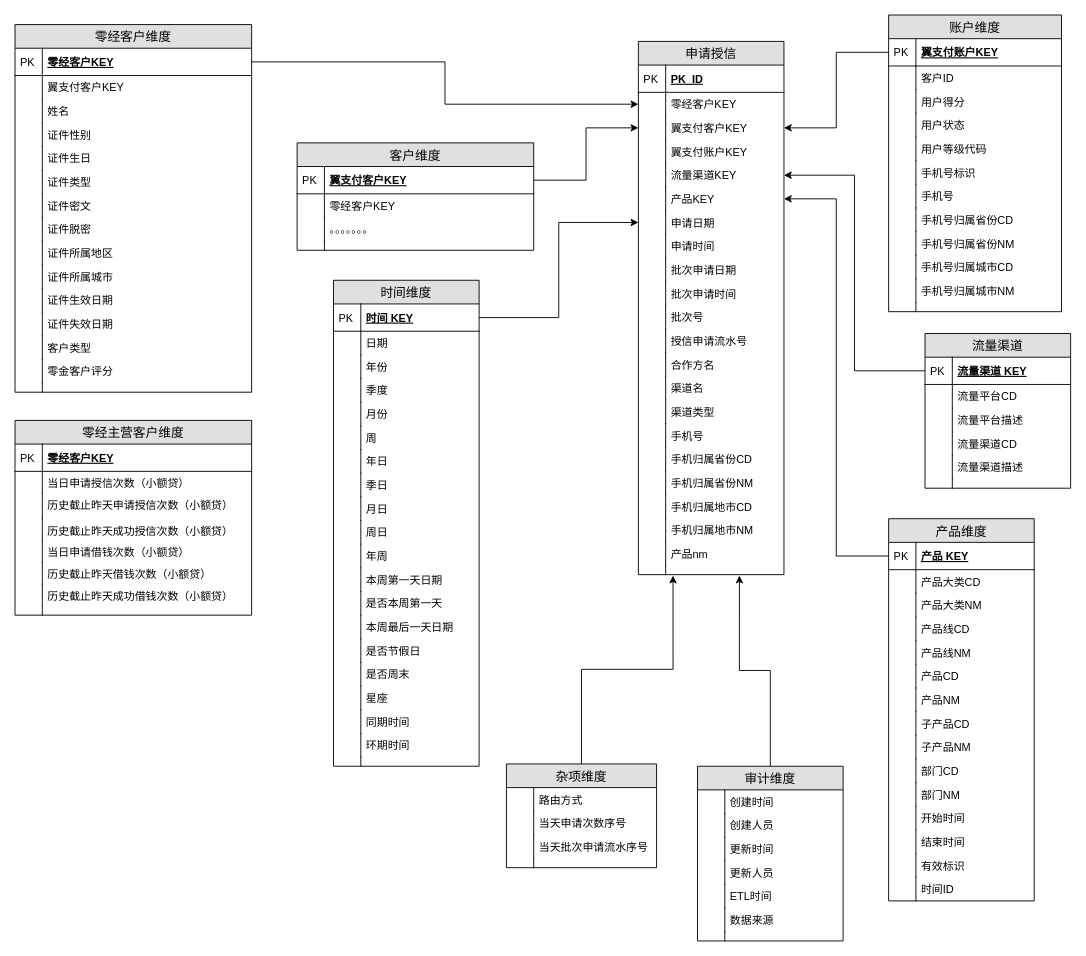
Before: page "申请授信" (1 of 3) of 授信域.drawio in CarryNi/Orange, a draw.io diagram. Source tidied: cells renumbered, new cells numbered last; positions are measured from the earlier drawing's top-left corner, leaving out a move shared by most shapes. Both pictures are drawn from the tidied source at 91%, with x=0, y=0 at pixel (15, 15).
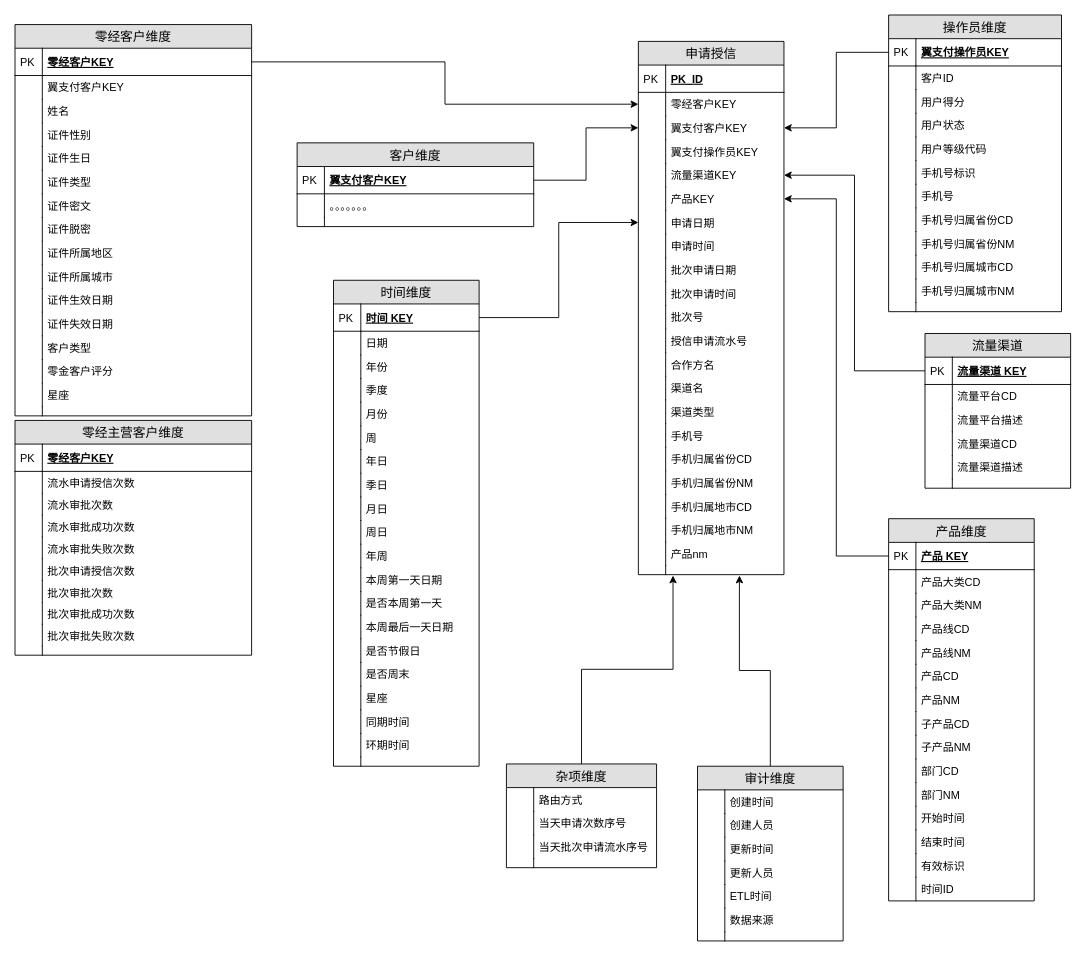
The same diagram, later.

Unchanged cells that the change refers to:
```xml
<mxCell id="2" value="申请授信" style="swimlane;fontStyle=0;horizontal=1;startSize=26;fillColor=#e0e0e0;swimlaneFillColor=#ffffff;align=center;fontSize=14;" parent="1" vertex="1">
  <mxGeometry x="685" y="29" width="160" height="586" as="geometry" />
</mxCell>
```

Change to the diagram source:
```diff
@@
-    <mxCell id="9" value="翼支付账户KEY" style="shape=partialRectangle;top=0;left=0;right=0;bottom=0;align=left;verticalAlign=top;fillColor=none;spacingLeft=34;spacingRight=4;overflow=hidden;fontSize=12;" parent="2" vertex="1">
+    <mxCell id="9" value="翼支付操作员KEY" style="shape=partialRectangle;top=0;left=0;right=0;bottom=0;align=left;verticalAlign=top;fillColor=none;spacingLeft=34;spacingRight=4;overflow=hidden;fontSize=12;" parent="2" vertex="1">
       <mxGeometry y="108" width="160" height="26" as="geometry" />
     </mxCell>
@@
     <mxCell id="47" value="零经客户维度" style="swimlane;fontStyle=0;horizontal=1;startSize=26;fillColor=#e0e0e0;swimlaneFillColor=#ffffff;align=center;fontSize=14;" parent="1" vertex="1">
-      <mxGeometry y="10.5" width="260" height="404" as="geometry" />
+      <mxGeometry y="10.5" width="260" height="430" as="geometry" />
     </mxCell>
@@
+    <mxCell id="246" value="星座" style="shape=partialRectangle;top=0;left=0;right=0;bottom=0;align=left;verticalAlign=top;fillColor=none;spacingLeft=34;spacingRight=4;overflow=hidden;fontSize=12;" parent="47" vertex="1">
+      <mxGeometry y="394" width="260" height="26" as="geometry" />
+    </mxCell>
+    <mxCell id="138" style="shape=partialRectangle;top=0;left=0;bottom=0;fillColor=none;align=left;verticalAlign=top;spacingLeft=4;spacingRight=4;overflow=hidden;fontSize=12;" parent="246" vertex="1">
+      <mxGeometry width="30" height="26" as="geometry" />
+    </mxCell>
     <mxCell id="76" style="shape=partialRectangle;top=0;left=0;right=0;bottom=0;align=left;verticalAlign=top;fillColor=none;spacingLeft=34;spacingRight=4;overflow=hidden;fontSize=12;" parent="47" vertex="1">
-      <mxGeometry y="394" width="260" height="10" as="geometry" />
+      <mxGeometry y="420" width="260" height="10" as="geometry" />
     </mxCell>
@@
     <mxCell id="134" value="客户维度" style="swimlane;fontStyle=0;horizontal=1;startSize=26;fillColor=#e0e0e0;swimlaneFillColor=#ffffff;align=center;fontSize=14;" parent="1" vertex="1">
-      <mxGeometry x="310" y="140.5" width="260" height="118" as="geometry" />
+      <mxGeometry x="310" y="140.5" width="260" height="92" as="geometry" />
     </mxCell>
@@
-    <mxCell id="137" value="零经客户KEY" style="shape=partialRectangle;top=0;left=0;right=0;bottom=0;align=left;verticalAlign=top;fillColor=none;spacingLeft=34;spacingRight=4;overflow=hidden;fontSize=12;" parent="134" vertex="1">
-      <mxGeometry y="56" width="260" height="26" as="geometry" />
-    </mxCell>
-    <mxCell id="138" style="shape=partialRectangle;top=0;left=0;bottom=0;fillColor=none;align=left;verticalAlign=top;spacingLeft=4;spacingRight=4;overflow=hidden;fontSize=12;" parent="137" vertex="1">
-      <mxGeometry width="30" height="26" as="geometry" />
-    </mxCell>
     <mxCell id="139" value="。。。。。。。" style="shape=partialRectangle;top=0;left=0;right=0;bottom=0;align=left;verticalAlign=top;fillColor=none;spacingLeft=34;spacingRight=4;overflow=hidden;fontSize=12;" parent="134" vertex="1">
-      <mxGeometry y="82" width="260" height="26" as="geometry" />
+      <mxGeometry y="56" width="260" height="26" as="geometry" />
     </mxCell>
@@
     <mxCell id="141" style="shape=partialRectangle;top=0;left=0;right=0;bottom=0;align=left;verticalAlign=top;fillColor=none;spacingLeft=34;spacingRight=4;overflow=hidden;fontSize=12;" parent="134" vertex="1">
-      <mxGeometry y="108" width="260" height="10" as="geometry" />
+      <mxGeometry y="82" width="260" height="10" as="geometry" />
     </mxCell>
@@
-    <mxCell id="144" value="账户维度" style="swimlane;fontStyle=0;horizontal=1;startSize=26;fillColor=#e0e0e0;swimlaneFillColor=#ffffff;align=center;fontSize=14;" parent="1" vertex="1">
+    <mxCell id="144" value="操作员维度" style="swimlane;fontStyle=0;horizontal=1;startSize=26;fillColor=#e0e0e0;swimlaneFillColor=#ffffff;align=center;fontSize=14;" parent="1" vertex="1">
       <mxGeometry x="960" width="190" height="326" as="geometry" />
     </mxCell>
-    <mxCell id="145" value="翼支付账户KEY" style="shape=partialRectangle;top=0;left=0;right=0;bottom=1;align=left;verticalAlign=middle;fillColor=none;spacingLeft=34;spacingRight=4;overflow=hidden;points=[[0,0.5],[1,0.5]];portConstraint=eastwest;fontStyle=5;fontSize=12;" parent="144" vertex="1">
+    <mxCell id="145" value="翼支付操作员KEY" style="shape=partialRectangle;top=0;left=0;right=0;bottom=1;align=left;verticalAlign=middle;fillColor=none;spacingLeft=34;spacingRight=4;overflow=hidden;points=[[0,0.5],[1,0.5]];portConstraint=eastwest;fontStyle=5;fontSize=12;" parent="144" vertex="1">
       <mxGeometry y="26" width="190" height="30" as="geometry" />
     </mxCell>
@@
     <mxCell id="171" value="零经主营客户维度" style="swimlane;fontStyle=0;horizontal=1;startSize=26;fillColor=#e0e0e0;swimlaneFillColor=#ffffff;align=center;fontSize=14;" parent="1" vertex="1">
-      <mxGeometry y="445.5" width="260" height="214" as="geometry" />
+      <mxGeometry y="445.5" width="260" height="258" as="geometry" />
     </mxCell>
@@
-    <mxCell id="174" value="当日申请授信次数（小额贷）" style="shape=partialRectangle;top=0;left=0;right=0;bottom=0;align=left;verticalAlign=top;fillColor=none;spacingLeft=34;spacingRight=4;overflow=hidden;fontSize=12;" parent="171" vertex="1">
+    <mxCell id="174" value="流水申请授信次数" style="shape=partialRectangle;top=0;left=0;right=0;bottom=0;align=left;verticalAlign=top;fillColor=none;spacingLeft=34;spacingRight=4;overflow=hidden;fontSize=12;" parent="171" vertex="1">
       <mxGeometry y="56" width="260" height="24" as="geometry" />
     </mxCell>
@@
-    <mxCell id="176" value="历史截止昨天申请授信次数（小额贷）" style="shape=partialRectangle;top=0;left=0;right=0;bottom=0;align=left;verticalAlign=top;fillColor=none;spacingLeft=34;spacingRight=4;overflow=hidden;fontSize=12;" parent="171" vertex="1">
-      <mxGeometry y="80" width="260" height="28" as="geometry" />
-    </mxCell>
-    <mxCell id="177" style="shape=partialRectangle;top=0;left=0;bottom=0;fillColor=none;align=left;verticalAlign=top;spacingLeft=4;spacingRight=4;overflow=hidden;fontSize=12;" parent="176" vertex="1">
-      <mxGeometry width="30" height="28" as="geometry" />
-    </mxCell>
+    <mxCell id="247" value="流水审批次数" style="shape=partialRectangle;top=0;left=0;right=0;bottom=0;align=left;verticalAlign=top;fillColor=none;spacingLeft=34;spacingRight=4;overflow=hidden;fontSize=12;" parent="171" vertex="1">
+      <mxGeometry y="80" width="260" height="24" as="geometry" />
+    </mxCell>
+    <mxCell id="248" style="shape=partialRectangle;top=0;left=0;bottom=0;fillColor=none;align=left;verticalAlign=top;spacingLeft=4;spacingRight=4;overflow=hidden;fontSize=12;" parent="247" vertex="1">
+      <mxGeometry width="30" height="24" as="geometry" />
+    </mxCell>
-    <mxCell id="178" value="历史截止昨天成功授信次数（小额贷）" style="shape=partialRectangle;top=0;left=0;right=0;bottom=0;align=left;verticalAlign=top;fillColor=none;spacingLeft=34;spacingRight=4;overflow=hidden;fontSize=12;" parent="171" vertex="1">
-      <mxGeometry y="108" width="260" height="24" as="geometry" />
+    <mxCell id="178" value="流水审批成功次数" style="shape=partialRectangle;top=0;left=0;right=0;bottom=0;align=left;verticalAlign=top;fillColor=none;spacingLeft=34;spacingRight=4;overflow=hidden;fontSize=12;" parent="171" vertex="1">
+      <mxGeometry y="104" width="260" height="24" as="geometry" />
     </mxCell>
@@
-    <mxCell id="180" value="当日申请借钱次数（小额贷）" style="shape=partialRectangle;top=0;left=0;right=0;bottom=0;align=left;verticalAlign=top;fillColor=none;spacingLeft=34;spacingRight=4;overflow=hidden;fontSize=12;" parent="171" vertex="1">
-      <mxGeometry y="132" width="260" height="24" as="geometry" />
+    <mxCell id="180" value="流水审批失败次数" style="shape=partialRectangle;top=0;left=0;right=0;bottom=0;align=left;verticalAlign=top;fillColor=none;spacingLeft=34;spacingRight=4;overflow=hidden;fontSize=12;" parent="171" vertex="1">
+      <mxGeometry y="128" width="260" height="24" as="geometry" />
     </mxCell>
@@
-    <mxCell id="182" value="历史截止昨天借钱次数（小额贷）" style="shape=partialRectangle;top=0;left=0;right=0;bottom=0;align=left;verticalAlign=top;fillColor=none;spacingLeft=34;spacingRight=4;overflow=hidden;fontSize=12;" parent="171" vertex="1">
-      <mxGeometry y="156" width="260" height="24" as="geometry" />
+    <mxCell id="182" value="批次申请授信次数" style="shape=partialRectangle;top=0;left=0;right=0;bottom=0;align=left;verticalAlign=top;fillColor=none;spacingLeft=34;spacingRight=4;overflow=hidden;fontSize=12;" parent="171" vertex="1">
+      <mxGeometry y="152" width="260" height="24" as="geometry" />
     </mxCell>
@@
-    <mxCell id="184" value="历史截止昨天成功借钱次数（小额贷）" style="shape=partialRectangle;top=0;left=0;right=0;bottom=0;align=left;verticalAlign=top;fillColor=none;spacingLeft=34;spacingRight=4;overflow=hidden;fontSize=12;" parent="171" vertex="1">
-      <mxGeometry y="180" width="260" height="24" as="geometry" />
+    <mxCell id="184" value="批次审批次数" style="shape=partialRectangle;top=0;left=0;right=0;bottom=0;align=left;verticalAlign=top;fillColor=none;spacingLeft=34;spacingRight=4;overflow=hidden;fontSize=12;" parent="171" vertex="1">
+      <mxGeometry y="176" width="260" height="24" as="geometry" />
     </mxCell>
@@
+    <mxCell id="249" value="批次审批成功次数" style="shape=partialRectangle;top=0;left=0;right=0;bottom=0;align=left;verticalAlign=top;fillColor=none;spacingLeft=34;spacingRight=4;overflow=hidden;fontSize=12;" parent="171" vertex="1">
+      <mxGeometry y="200" width="260" height="24" as="geometry" />
+    </mxCell>
+    <mxCell id="250" style="shape=partialRectangle;top=0;left=0;bottom=0;fillColor=none;align=left;verticalAlign=top;spacingLeft=4;spacingRight=4;overflow=hidden;fontSize=12;" parent="249" vertex="1">
+      <mxGeometry width="30" height="24" as="geometry" />
+    </mxCell>
+    <mxCell id="251" value="批次审批失败次数" style="shape=partialRectangle;top=0;left=0;right=0;bottom=0;align=left;verticalAlign=top;fillColor=none;spacingLeft=34;spacingRight=4;overflow=hidden;fontSize=12;" parent="171" vertex="1">
+      <mxGeometry y="224" width="260" height="24" as="geometry" />
+    </mxCell>
+    <mxCell id="252" style="shape=partialRectangle;top=0;left=0;bottom=0;fillColor=none;align=left;verticalAlign=top;spacingLeft=4;spacingRight=4;overflow=hidden;fontSize=12;" parent="251" vertex="1">
+      <mxGeometry width="30" height="24" as="geometry" />
+    </mxCell>
     <mxCell id="186" style="shape=partialRectangle;top=0;left=0;right=0;bottom=0;align=left;verticalAlign=top;fillColor=none;spacingLeft=34;spacingRight=4;overflow=hidden;fontSize=12;" parent="171" vertex="1">
-      <mxGeometry y="204" width="260" height="10" as="geometry" />
+      <mxGeometry y="248" width="260" height="10" as="geometry" />
     </mxCell>
```
